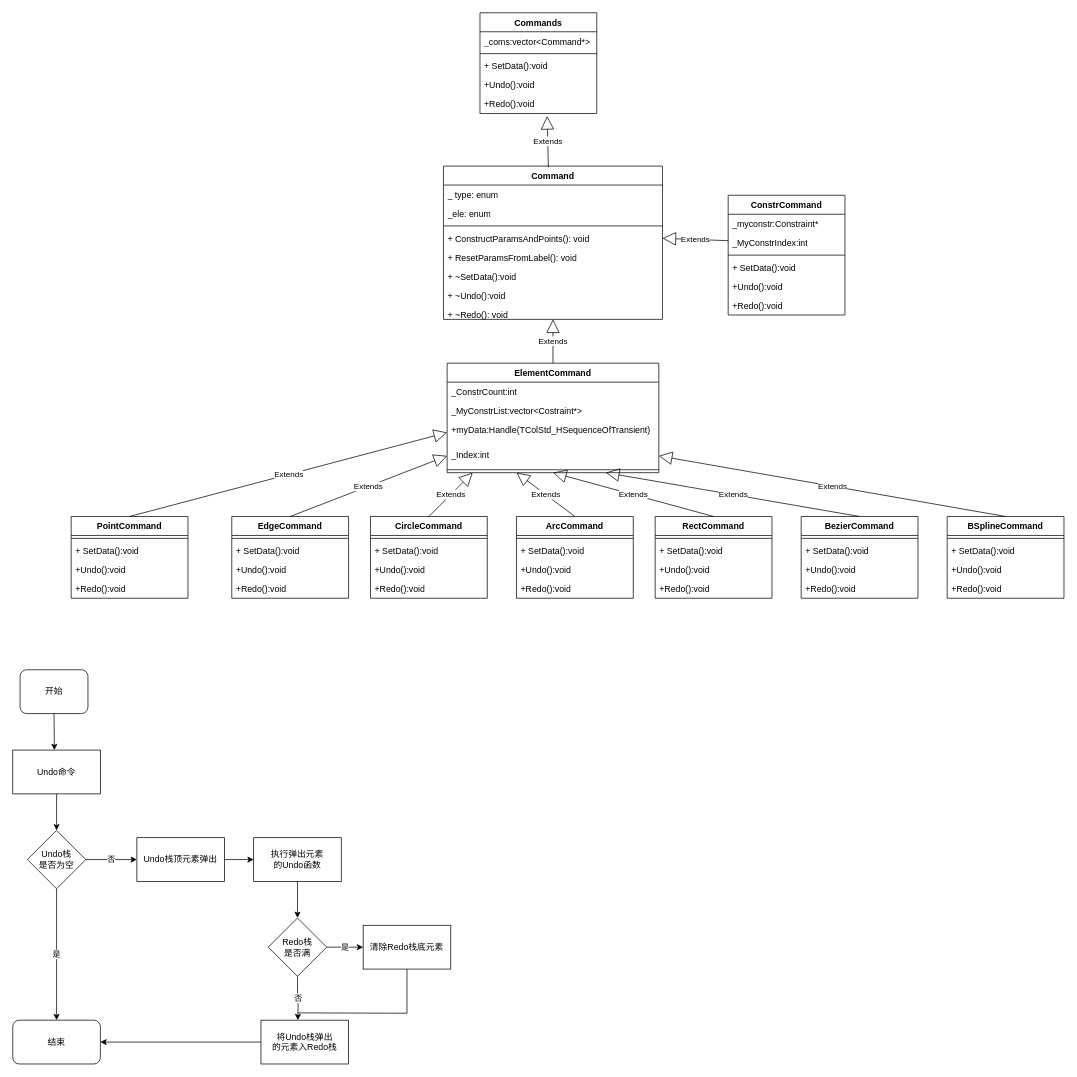
liuhuliuhu123/First-test keeps this draw.io diagram as 移动类图.drawio. Above is the earlier version. Source tidied: cells renumbered, new cells numbered last; positions are measured from the earlier drawing's top-left corner, leaving out a move shared by most shapes. Both pictures are drawn from the tidied source at 73%, with x=0, y=0 at pixel (12, 12).
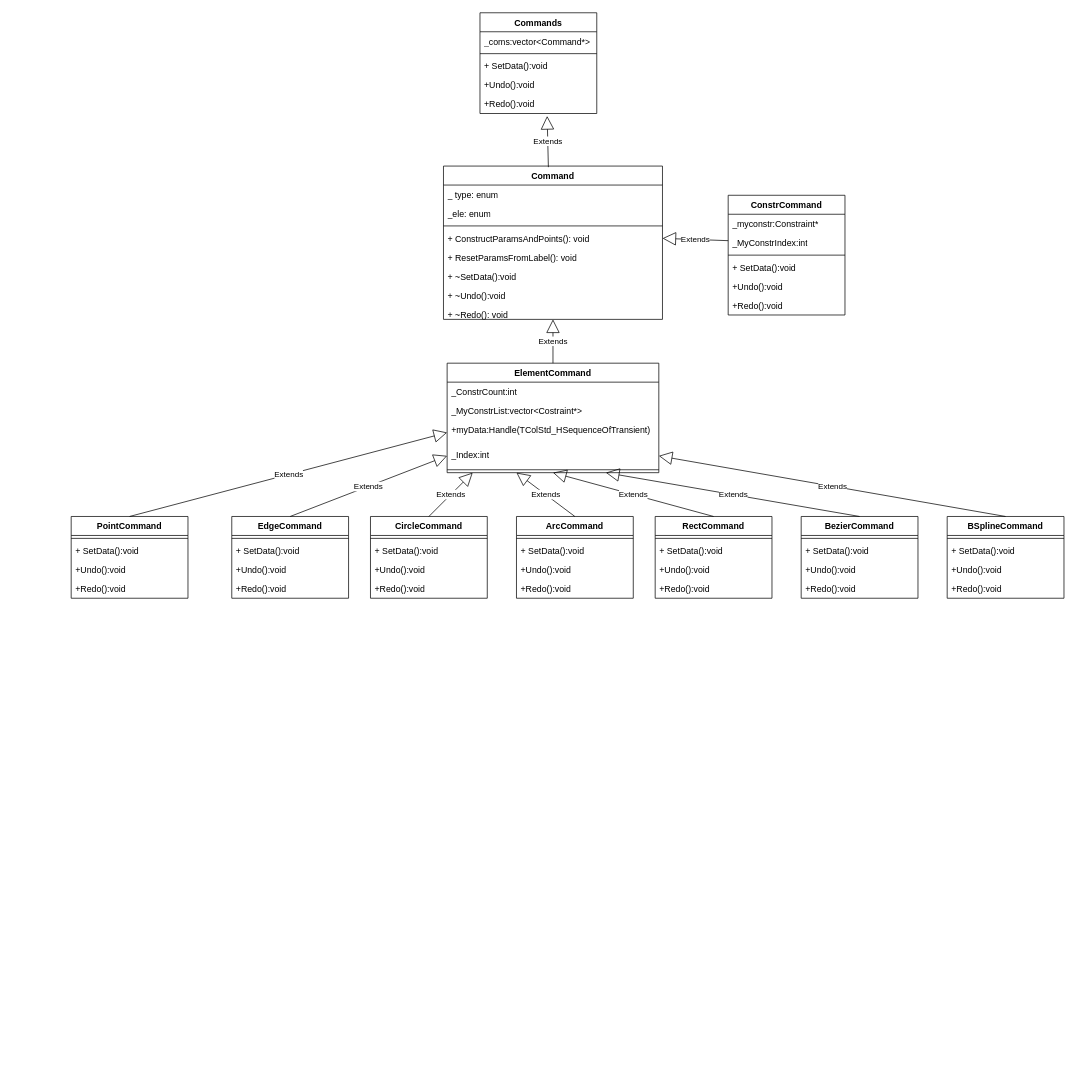
Above is the later version.

Commit message:
更新移动类图.drawio

What changed in the source:
```diff
@@
-    <mxCell id="67" value="开始" style="rounded=1;whiteSpace=wrap;html=1;" parent="1" vertex="1">
-      <mxGeometry x="10" y="900" width="93" height="60" as="geometry" />
-    </mxCell>
-    <mxCell id="68" style="endArrow=classic;html=1;rounded=0;exitX=0.5;exitY=1;exitDx=0;exitDy=0;" parent="1" edge="1" source="67">
-      <mxGeometry relative="1" as="geometry">
-        <mxPoint x="57" y="1010" as="targetPoint" />
-      </mxGeometry>
-    </mxCell>
-    <mxCell id="69" value="Undo命令" style="rounded=0;whiteSpace=wrap;html=1;" parent="1" vertex="1">
-      <mxGeometry y="1010" width="120" height="60" as="geometry" />
-    </mxCell>
-    <mxCell id="70" style="endArrow=classic;html=1;rounded=0;exitX=0.5;exitY=1;exitDx=0;exitDy=0;" parent="1" edge="1" source="69">
-      <mxGeometry relative="1" as="geometry">
-        <mxPoint x="60" y="1120" as="targetPoint" />
-      </mxGeometry>
-    </mxCell>
-    <mxCell id="71" value="否" style="edgeStyle=orthogonalEdgeStyle;rounded=0;jettySize=auto;html=1;exitX=1;exitY=0.5;exitDx=0;exitDy=0;" parent="1" edge="1" source="73">
-      <mxGeometry relative="1" as="geometry">
-        <mxPoint x="170" y="1160" as="targetPoint" />
-      </mxGeometry>
-    </mxCell>
-    <mxCell id="72" value="是" style="edgeStyle=orthogonalEdgeStyle;rounded=0;jettySize=auto;html=1;exitX=0.5;exitY=1;exitDx=0;exitDy=0;entryX=0.5;entryY=0;entryDx=0;entryDy=0;" parent="1" edge="1" source="73" target="74">
-      <mxGeometry relative="1" as="geometry" />
-    </mxCell>
-    <mxCell id="73" value="Undo栈&lt;br&gt;是否为空" style="rhombus;whiteSpace=wrap;html=1;" parent="1" vertex="1">
-      <mxGeometry x="20" y="1120" width="80" height="80" as="geometry" />
-    </mxCell>
-    <mxCell id="74" value="结束" style="rounded=1;whiteSpace=wrap;html=1;" parent="1" vertex="1">
-      <mxGeometry y="1380" width="120" height="60" as="geometry" />
-    </mxCell>
-    <mxCell id="75" value="Undo栈顶元素弹出" style="rounded=0;whiteSpace=wrap;html=1;" parent="1" vertex="1">
-      <mxGeometry x="170" y="1130" width="120" height="60" as="geometry" />
-    </mxCell>
-    <mxCell id="76" style="endArrow=classic;html=1;rounded=0;exitX=1;exitY=0.5;exitDx=0;exitDy=0;" parent="1" edge="1" source="75">
-      <mxGeometry relative="1" as="geometry">
-        <mxPoint x="330" y="1160" as="targetPoint" />
-      </mxGeometry>
-    </mxCell>
-    <mxCell id="77" value="执行弹出元素&lt;br&gt;的Undo函数" style="rounded=0;whiteSpace=wrap;html=1;" parent="1" vertex="1">
-      <mxGeometry x="330" y="1130" width="120" height="60" as="geometry" />
-    </mxCell>
-    <mxCell id="78" value="是" style="edgeStyle=orthogonalEdgeStyle;rounded=0;jettySize=auto;html=1;exitX=1;exitY=0.5;exitDx=0;exitDy=0;" parent="1" edge="1" source="80">
-      <mxGeometry relative="1" as="geometry">
-        <mxPoint x="480" y="1280" as="targetPoint" />
-      </mxGeometry>
-    </mxCell>
-    <mxCell id="79" value="否" style="edgeStyle=orthogonalEdgeStyle;rounded=0;jettySize=auto;html=1;exitX=0.5;exitY=1;exitDx=0;exitDy=0;" parent="1" edge="1" source="80">
-      <mxGeometry relative="1" as="geometry">
-        <mxPoint x="390.5" y="1380" as="targetPoint" />
-      </mxGeometry>
-    </mxCell>
-    <mxCell id="80" value="Redo栈&lt;br&gt;是否满" style="rhombus;whiteSpace=wrap;html=1;" parent="1" vertex="1">
-      <mxGeometry x="350" y="1240" width="80" height="80" as="geometry" />
-    </mxCell>
-    <mxCell id="81" value="清除Redo栈底元素" style="rounded=0;whiteSpace=wrap;html=1;" parent="1" vertex="1">
-      <mxGeometry x="480" y="1250" width="120" height="60" as="geometry" />
-    </mxCell>
-    <mxCell id="82" value="将Undo栈弹出&lt;br&gt;的元素入Redo栈" style="rounded=0;whiteSpace=wrap;html=1;" parent="1" vertex="1">
-      <mxGeometry x="340" y="1380" width="120" height="60" as="geometry" />
-    </mxCell>
-    <mxCell id="83" style="endArrow=none;html=1;rounded=0;entryX=0.5;entryY=1;entryDx=0;entryDy=0;edgeStyle=orthogonalEdgeStyle;" parent="1" edge="1" target="81">
-      <mxGeometry relative="1" as="geometry">
-        <mxPoint x="390" y="1370" as="sourcePoint" />
-      </mxGeometry>
-    </mxCell>
-    <mxCell id="84" style="endArrow=classic;html=1;rounded=0;exitX=0.5;exitY=1;exitDx=0;exitDy=0;" parent="1" edge="1" source="77" target="80">
-      <mxGeometry relative="1" as="geometry" />
-    </mxCell>
-    <mxCell id="85" style="endArrow=classic;html=1;rounded=0;exitX=0;exitY=0.5;exitDx=0;exitDy=0;entryX=1;entryY=0.5;entryDx=0;entryDy=0;" parent="1" edge="1" source="82" target="74">
-      <mxGeometry relative="1" as="geometry" />
-    </mxCell>
```
